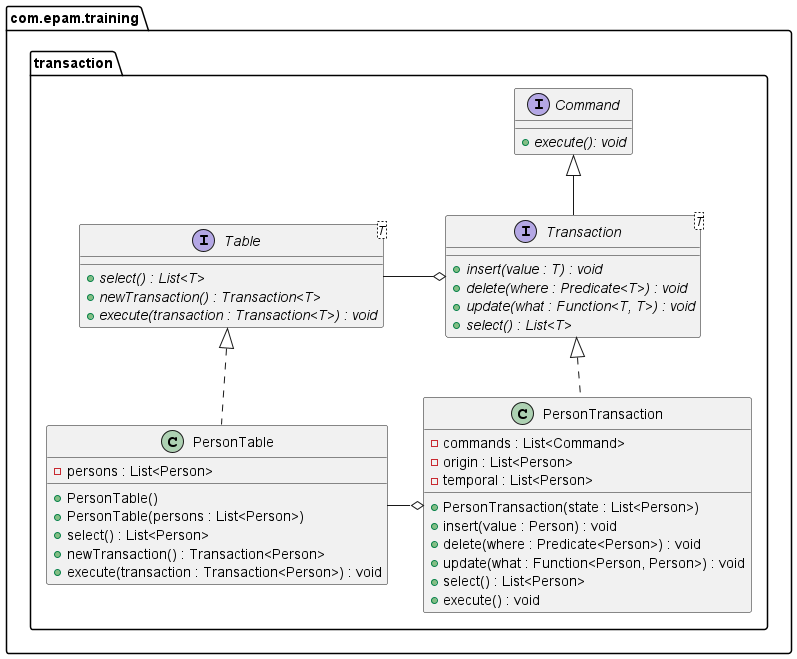
Earlier version of the PlantUML export design-patterns-transaction/transaction.png (epam-java-cre/exercise-specification-images). The source it was exported from:
```plantuml
@startuml
set separator none
package "com.epam.training" {
    package "transaction" {
        class PersonTable {
            - persons : List<Person>
            + PersonTable()
            + PersonTable(persons : List<Person>)
            + select() : List<Person>
            + newTransaction() : Transaction<Person>
            + execute(transaction : Transaction<Person>) : void
        }

        class PersonTransaction {
            - commands : List<Command>
            - origin : List<Person>
            - temporal : List<Person>
            + PersonTransaction(state : List<Person>)
            + insert(value : Person) : void
            + delete(where : Predicate<Person>) : void
            + update(what : Function<Person, Person>) : void
            + select() : List<Person>
            + execute() : void
        }

        interface Table<T> {
            + {abstract} select() : List<T>
            + {abstract} newTransaction() : Transaction<T>
            + {abstract} execute(transaction : Transaction<T>) : void
        }

        interface Transaction<T> {
            + {abstract} insert(value : T) : void
            + {abstract} delete(where : Predicate<T>) : void
            + {abstract} update(what : Function<T, T>) : void
            + {abstract} select() : List<T>
        }

        interface Command {
            + {abstract} execute(): void
        }

    }
}

Table <|.down. PersonTable
Transaction <|.down. PersonTransaction
Command <|-- Transaction
Transaction o-left- Table
PersonTransaction o-left- PersonTable
@enduml
```
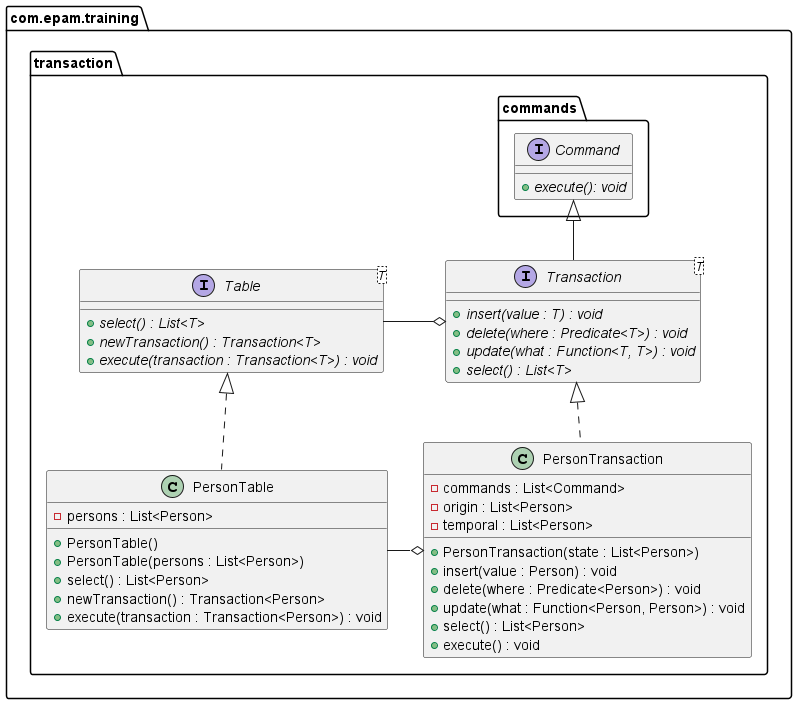
After the commit.

Commit message:
Fixed command package

Diff of the diagram source:
```diff
@@ -36,10 +36,11 @@
             + {abstract} select() : List<T>
         }
 
-        interface Command {
-            + {abstract} execute(): void
+        package "commands" {
+            interface Command {
+                + {abstract} execute(): void
+            }
         }
-
     }
 }
 
```
